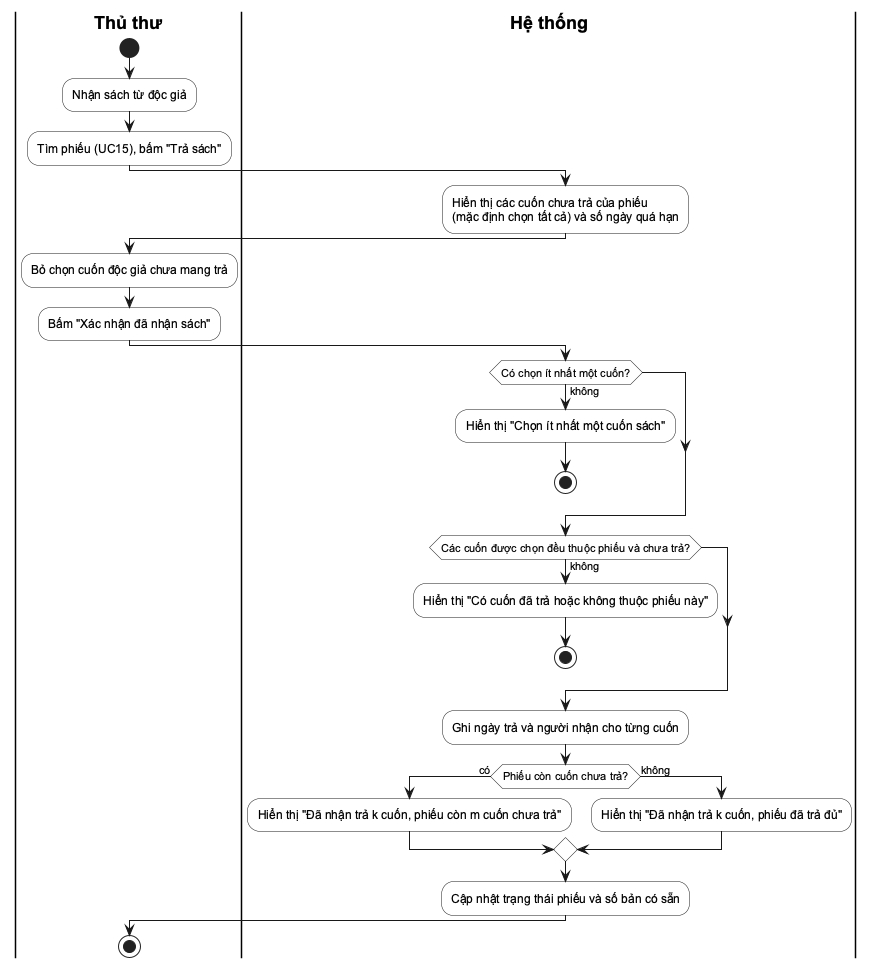
The PlantUML diagram docs/uml/act11_tra_sach.png in khoiln218/ThuVienMini, before a commit.
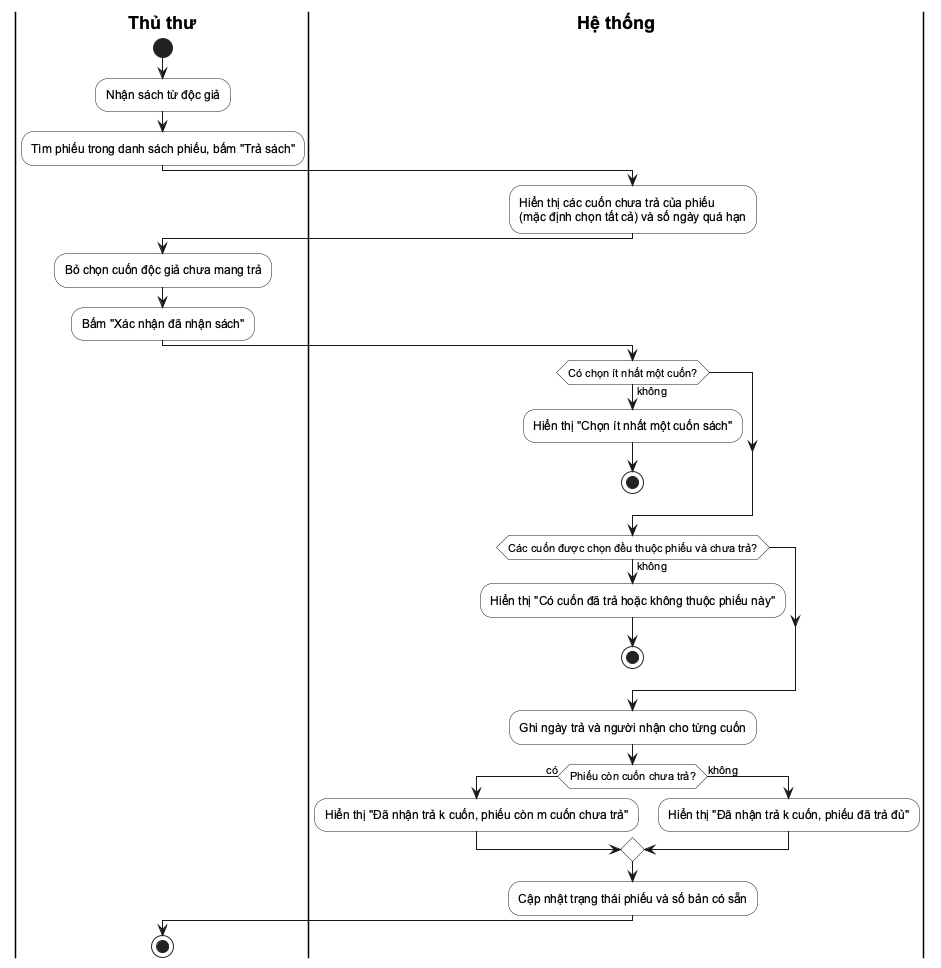
The same diagram one commit later.

What changed in the source:
```diff
@@ -6,7 +6,7 @@
 |Thủ thư|
 start
 :Nhận sách từ độc giả;
-:Tìm phiếu (UC15), bấm "Trả sách";
+:Tìm phiếu trong danh sách phiếu, bấm "Trả sách";
 |Hệ thống|
 :Hiển thị các cuốn chưa trả của phiếu\n(mặc định chọn tất cả) và số ngày quá hạn;
 |Thủ thư|
```
